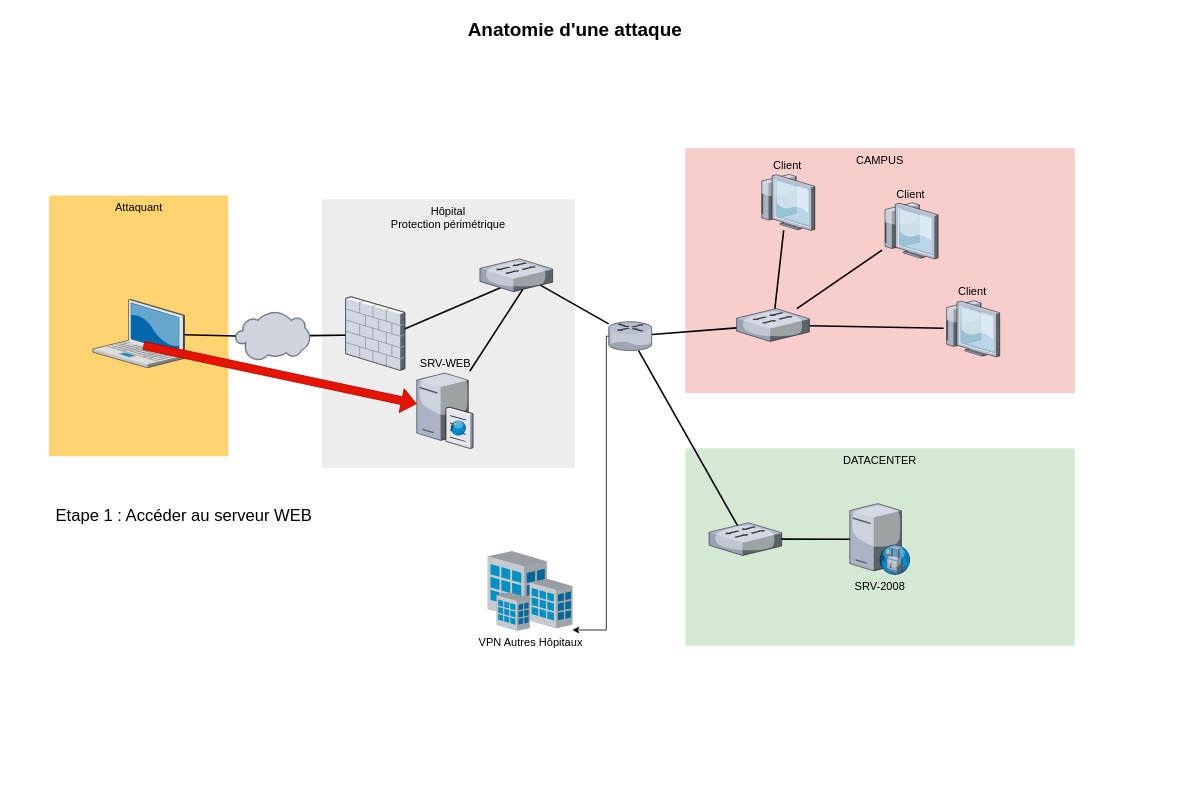
ebsd/drawio keeps this draw.io diagram as anatomie-attack.drawio. Above is the earlier version. Source tidied: cells renumbered, new cells numbered last; positions are measured from the earlier drawing's top-left corner, leaving out a move shared by most shapes. Both pictures are drawn from the tidied source at 79%, with x=0, y=0 at pixel (48, 13).
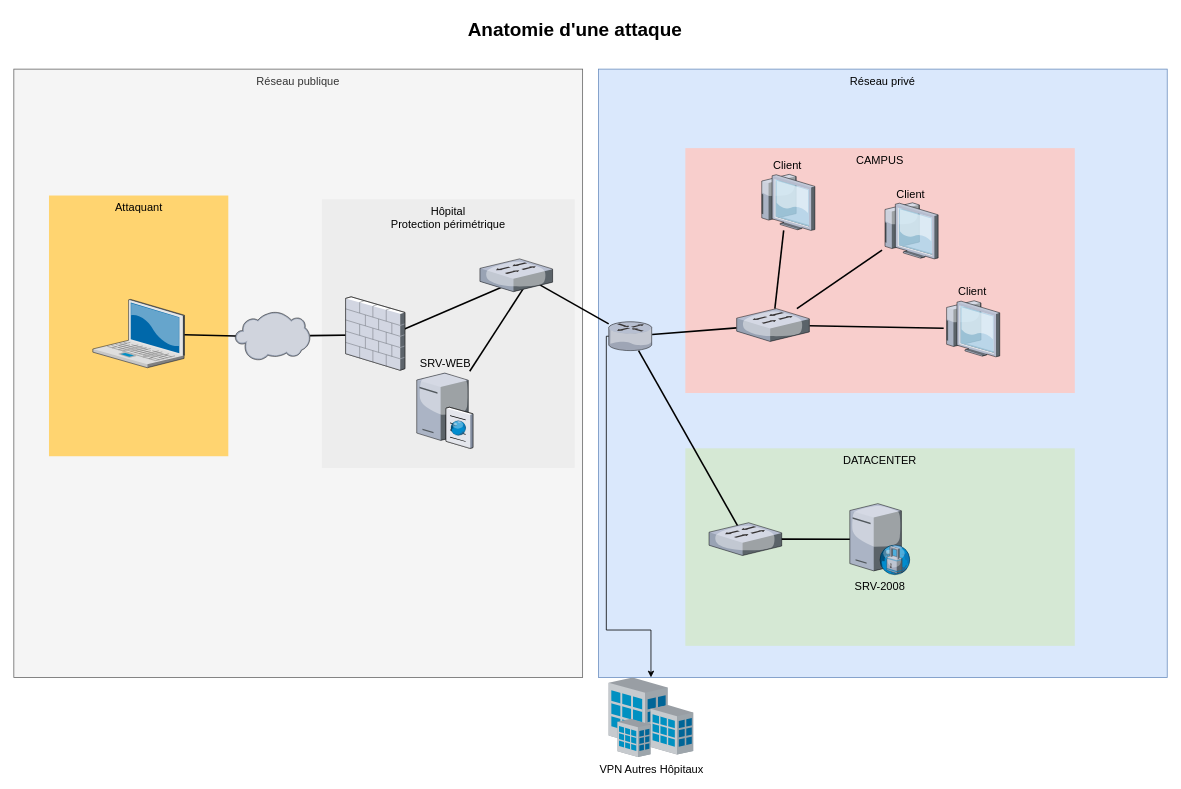
The same diagram, later.

Unchanged cells that the change refers to:
```xml
<mxCell id="7" style="verticalLabelPosition=bottom;html=1;verticalAlign=top;strokeColor=none;shape=mxgraph.citrix.laptop_2;fillColor=#66B2FF;gradientColor=#0066CC;fontSize=14;" parent="1" vertex="1">
  <mxGeometry x="56" y="361.5" width="116" height="86.5" as="geometry" />
</mxCell>
<mxCell id="11" value="SRV-WEB" style="verticalLabelPosition=top;html=1;verticalAlign=bottom;strokeColor=none;shape=mxgraph.citrix.cache_server;fillColor=#66B2FF;gradientColor=#0066CC;fontSize=14;labelPosition=center;align=center;" parent="1" vertex="1">
  <mxGeometry x="466" y="452.5" width="71" height="97.5" as="geometry" />
</mxCell>
```

Diff of the diagram source:
```diff
@@
+    <mxCell id="34" value="Réseau privé" style="whiteSpace=wrap;html=1;fillColor=#dae8fc;fontSize=14;strokeColor=#6c8ebf;verticalAlign=top;" parent="1" vertex="1">
+      <mxGeometry x="696" y="70" width="720" height="770" as="geometry" />
+    </mxCell>
+    <mxCell id="35" value="Réseau publique" style="whiteSpace=wrap;html=1;fillColor=#f5f5f5;fontSize=14;strokeColor=#666666;verticalAlign=top;fontColor=#333333;" parent="1" vertex="1">
+      <mxGeometry x="-44" y="70" width="720" height="770" as="geometry" />
+    </mxCell>
@@
     <mxCell id="22" value="VPN Autres Hôpitaux" style="verticalLabelPosition=bottom;html=1;verticalAlign=top;strokeColor=none;shape=mxgraph.citrix.site;fillColor=#66B2FF;gradientColor=#0066CC;fontSize=14;" parent="1" vertex="1">
-      <mxGeometry x="556" y="680" width="107" height="101" as="geometry" />
+      <mxGeometry x="709" y="840" width="107" height="101" as="geometry" />
     </mxCell>
@@
-    <mxCell id="32" style="shape=flexArrow;endArrow=classic;html=1;rounded=0;exitX=0.552;exitY=0.676;exitDx=0;exitDy=0;exitPerimeter=0;fillColor=#e51400;strokeColor=#B20000;" parent="1" edge="1" source="7" target="11">
-      <mxGeometry relative="1" as="geometry" />
-    </mxCell>
-    <mxCell id="33" value="&lt;font style=&quot;font-size: 21px;&quot;&gt;Etape 1 : Accéder au serveur WEB&lt;/font&gt;" style="text;html=1;align=center;verticalAlign=middle;fillColor=none;strokeColor=none;rounded=0;" parent="1" vertex="1">
-      <mxGeometry x="0.5" y="624.2" width="340" height="20" as="geometry" />
-    </mxCell>
```
